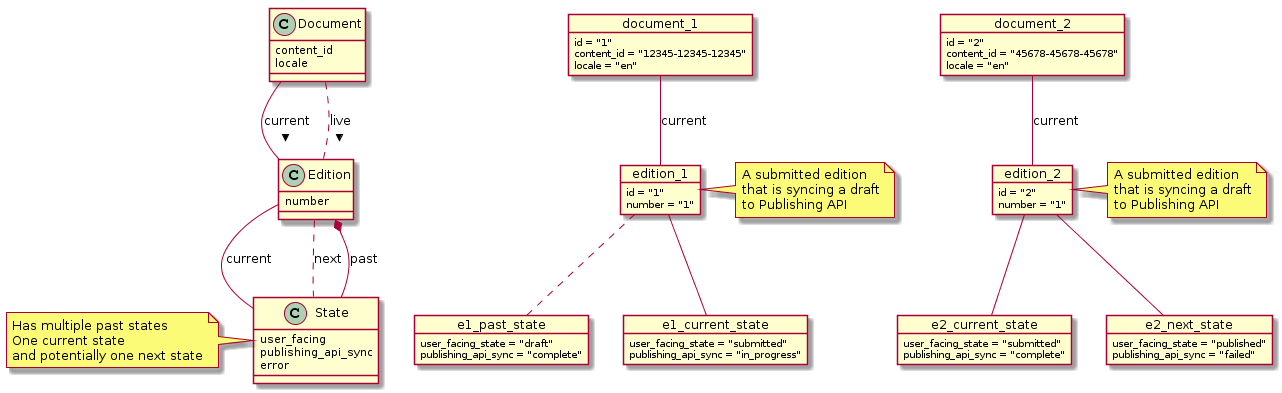
The PlantUML diagram docs/adr/000x/state-diagram.png in alphagov/content-publisher, before a commit. The source it was exported from:
```plantuml
@startuml
class Document {
  content_id
  locale
}

class Edition {
  number
}

class State {
  user_facing
  publishing_api_sync
  error
}

note left
  Has multiple past states
  One current state
  and potentially one next state
end note

Document -- Edition : current >
Document .. Edition : live >
Edition -- State : current
Edition .. State : next
Edition *-- State : past

object document_1 {
  id = "1"
  content_id = "12345-12345-12345"
  locale = "en"
}

object edition_1 {
  id = "1"
  number = "1"
}
note right
  A submitted edition
  that is syncing a draft
  to Publishing API
end note

object e1_past_state {
  user_facing_state = "draft"
  publishing_api_sync = "complete"
}

object e1_current_state {
  user_facing_state = "submitted"
  publishing_api_sync = "in_progress"
}

object document_2 {
  id = "2"
  content_id = "45678-45678-45678"
  locale = "en"
}

object edition_2 {
  id = "2"
  number = "1"
}

note right
  A submitted edition
  that is syncing a draft
  to Publishing API
end note

object e2_current_state {
  user_facing_state = "submitted"
  publishing_api_sync = "complete"
}

object e2_next_state {
  user_facing_state = "published"
  publishing_api_sync = "failed"
}


document_1 -- edition_1: current
edition_1 .. e1_past_state
edition_1 -- e1_current_state
document_2 -- edition_2: current
edition_2 -- e2_current_state
edition_2 -- e2_next_state
@enduml
```
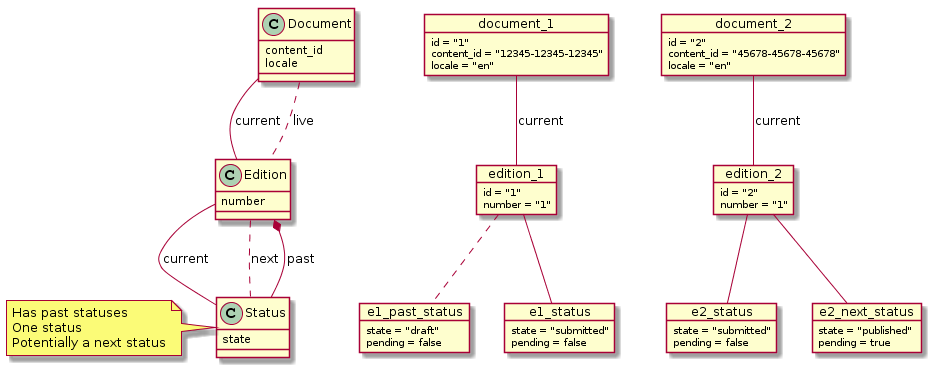
The same file after the commit.

Change to the diagram source:
```diff
@@ -8,23 +8,21 @@
   number
 }
 
-class State {
-  user_facing
-  publishing_api_sync
-  error
+class Status {
+  state
 }
 
 note left
-  Has multiple past states
-  One current state
-  and potentially one next state
+  Has past statuses
+  One status
+  Potentially a next status
 end note
 
-Document -- Edition : current >
-Document .. Edition : live >
-Edition -- State : current
-Edition .. State : next
-Edition *-- State : past
+Document -- Edition : current
+Document .. Edition : live
+Edition -- Status : current
+Edition .. Status : next
+Edition *-- Status : past
 
 object document_1 {
   id = "1"
@@ -36,20 +34,15 @@
   id = "1"
   number = "1"
 }
-note right
-  A submitted edition
-  that is syncing a draft
-  to Publishing API
-end note
 
-object e1_past_state {
-  user_facing_state = "draft"
-  publishing_api_sync = "complete"
+object e1_past_status {
+  state = "draft"
+  pending = false
 }
 
-object e1_current_state {
-  user_facing_state = "submitted"
-  publishing_api_sync = "in_progress"
+object e1_status {
+  state = "submitted"
+  pending = false
 }
 
 object document_2 {
@@ -63,27 +56,20 @@
   number = "1"
 }
 
-note right
-  A submitted edition
-  that is syncing a draft
-  to Publishing API
-end note
-
-object e2_current_state {
-  user_facing_state = "submitted"
-  publishing_api_sync = "complete"
+object e2_status {
+  state = "submitted"
+  pending = false
 }
 
-object e2_next_state {
-  user_facing_state = "published"
-  publishing_api_sync = "failed"
+object e2_next_status {
+  state = "published"
+  pending = true
 }
 
-
 document_1 -- edition_1: current
-edition_1 .. e1_past_state
-edition_1 -- e1_current_state
+edition_1 .. e1_past_status
+edition_1 -- e1_status
 document_2 -- edition_2: current
-edition_2 -- e2_current_state
-edition_2 -- e2_next_state
+edition_2 -- e2_status
+edition_2 -- e2_next_status
 @enduml
```
